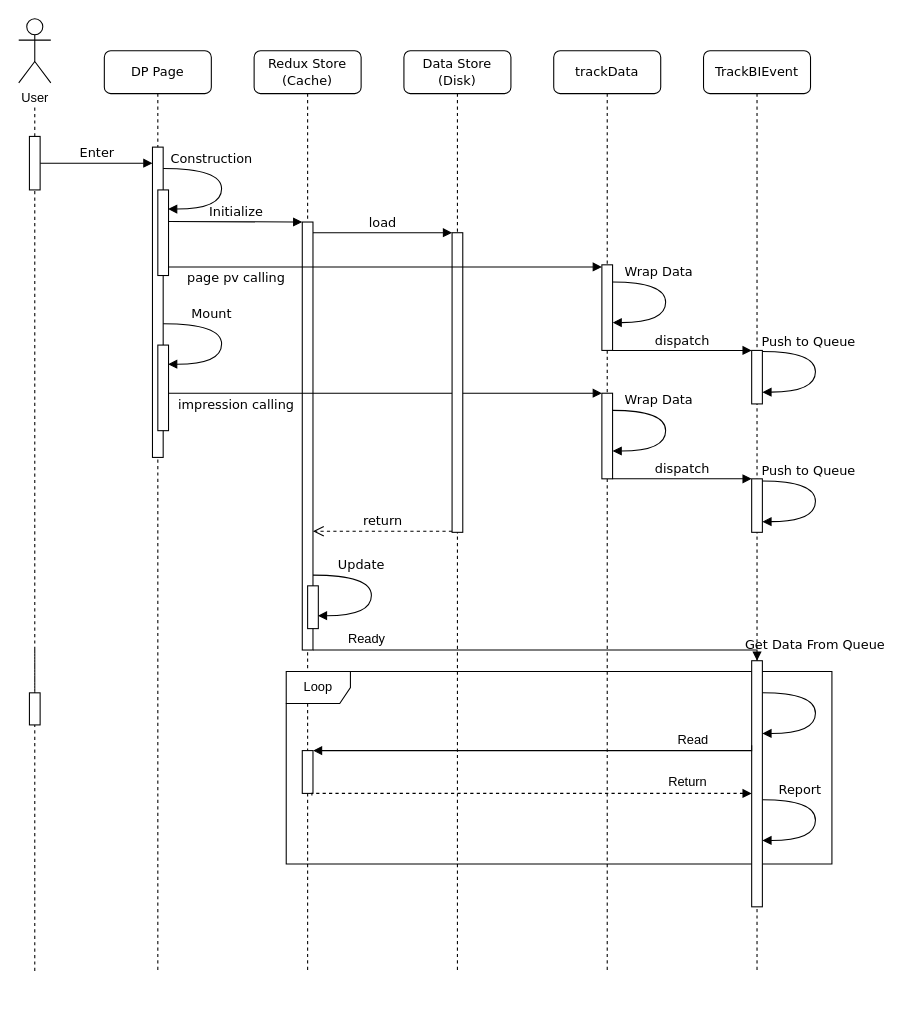
junhong2021/Hotel- keeps this draw.io diagram as page "Page-4" (4 of 4) of 全链路.drawio. Above is the earlier version. Source tidied: cells renumbered, new cells numbered last; positions are measured from the earlier drawing's top-left corner, leaving out a move shared by most shapes. Both pictures are drawn from the tidied source at 107%, with x=0, y=0 at pixel (18, 18).
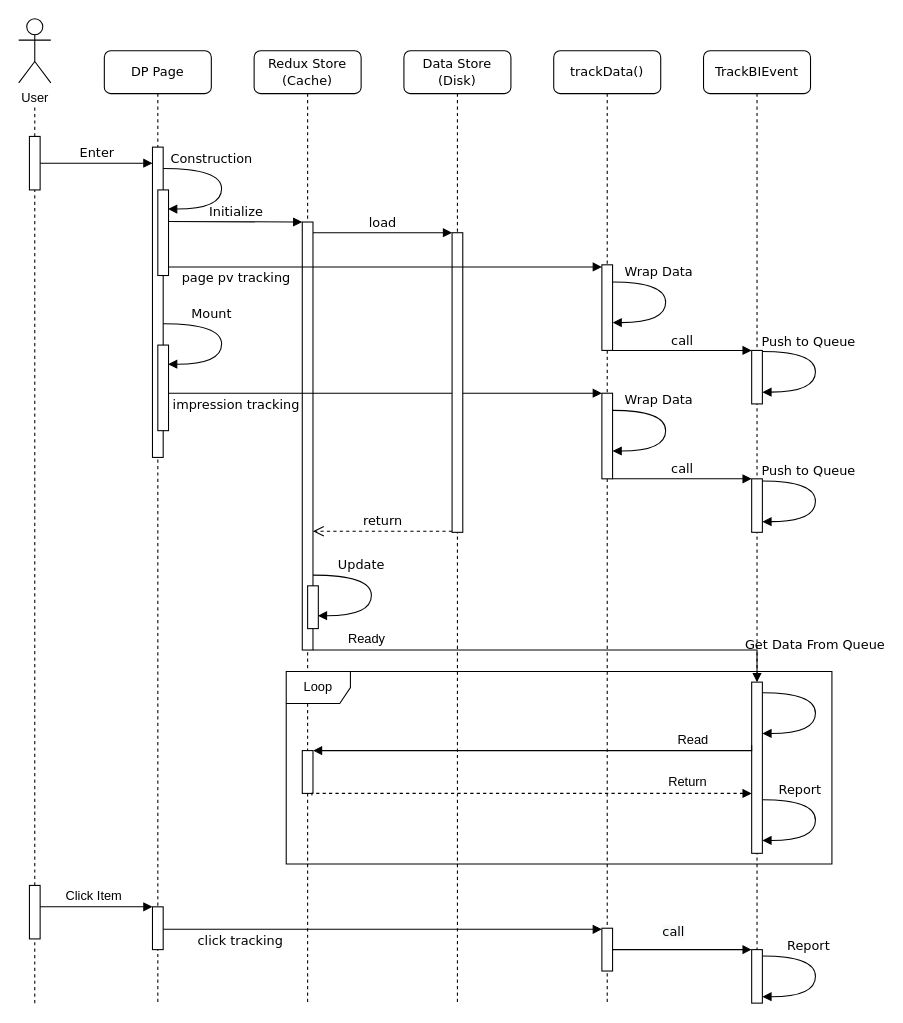
After the change.

Unchanged cells that the change refers to:
```xml
<mxCell id="3" style="html=1;points=[];perimeter=orthogonalPerimeter;rounded=0;shadow=0;comic=0;labelBackgroundColor=none;strokeWidth=1;fontFamily=Verdana;fontSize=12;align=center;" parent="2" vertex="1">
  <mxGeometry x="45" y="200" width="10" height="80" as="geometry" />
</mxCell>
<mxCell id="13" value="TrackBIEvent" style="shape=umlLifeline;perimeter=lifelinePerimeter;whiteSpace=wrap;html=1;rounded=1;shadow=0;comic=0;labelBackgroundColor=none;strokeWidth=1;fontFamily=Verdana;fontSize=12;align=center;" parent="1" vertex="1">
  <mxGeometry x="640" y="30" width="100" height="860" as="geometry" />
</mxCell>
<mxCell id="18" style="html=1;points=[];perimeter=orthogonalPerimeter;rounded=0;shadow=0;comic=0;labelBackgroundColor=none;strokeWidth=1;fontFamily=Verdana;fontSize=12;align=center;" parent="13" vertex="1">
  <mxGeometry x="-95" y="320" width="10" height="80" as="geometry" />
</mxCell>
<mxCell id="25" style="html=1;points=[];perimeter=orthogonalPerimeter;rounded=0;shadow=0;comic=0;labelBackgroundColor=none;strokeWidth=1;fontFamily=Verdana;fontSize=12;align=center;" parent="23" vertex="1">
  <mxGeometry x="50" y="130" width="10" height="80" as="geometry" />
</mxCell>
<mxCell id="33" style="html=1;points=[];perimeter=orthogonalPerimeter;rounded=0;shadow=0;comic=0;labelBackgroundColor=none;strokeWidth=1;fontFamily=Verdana;fontSize=12;align=center;" parent="1" vertex="1">
  <mxGeometry x="10" y="110" width="10" height="50" as="geometry" />
</mxCell>
```

What changed in the source:
```diff
@@
-<mxGraphModel>
+<mxGraphModel background="#ffffff">
@@
-    <mxCell id="2" value="trackData" style="shape=umlLifeline;perimeter=lifelinePerimeter;whiteSpace=wrap;html=1;rounded=1;shadow=0;comic=0;labelBackgroundColor=none;strokeWidth=1;fontFamily=Verdana;fontSize=12;align=center;" parent="1" vertex="1">
-      <mxGeometry x="500" y="30" width="100" height="860" as="geometry" />
+    <mxCell id="2" value="trackData()" style="shape=umlLifeline;perimeter=lifelinePerimeter;whiteSpace=wrap;html=1;rounded=1;shadow=0;comic=0;labelBackgroundColor=none;strokeWidth=1;fontFamily=Verdana;fontSize=12;align=center;" parent="1" vertex="1">
+      <mxGeometry x="500" y="30" width="100" height="890" as="geometry" />
     </mxCell>
@@
     <mxCell id="5" value="Redux Store&lt;br&gt;(Cache)" style="shape=umlLifeline;perimeter=lifelinePerimeter;whiteSpace=wrap;html=1;rounded=1;shadow=0;comic=0;labelBackgroundColor=none;strokeWidth=1;fontFamily=Verdana;fontSize=12;align=center;" parent="1" vertex="1">
-      <mxGeometry x="220" y="30" width="100" height="860" as="geometry" />
+      <mxGeometry x="220" y="30" width="100" height="890" as="geometry" />
     </mxCell>
@@
-    <mxCell id="9" value="impression calling" style="html=1;verticalAlign=bottom;endArrow=block;labelBackgroundColor=none;fontFamily=Verdana;fontSize=12;edgeStyle=elbowEdgeStyle;elbow=vertical;rounded=0;exitX=1;exitY=0.9;exitDx=0;exitDy=0;exitPerimeter=0;entryX=0;entryY=-0.012;entryDx=0;entryDy=0;entryPerimeter=0;" parent="5" edge="1" target="18">
+    <mxCell id="9" value="impression tracking" style="html=1;verticalAlign=bottom;endArrow=block;labelBackgroundColor=none;fontFamily=Verdana;fontSize=12;edgeStyle=elbowEdgeStyle;elbow=vertical;rounded=0;exitX=1;exitY=0.9;exitDx=0;exitDy=0;exitPerimeter=0;entryX=0;entryY=-0.012;entryDx=0;entryDy=0;entryPerimeter=0;" parent="5" edge="1" target="18">
       <mxGeometry x="-0.65" y="-20" relative="1" as="geometry">
         <mxPoint x="-90" y="320" as="sourcePoint" />
         <Array as="points">
           <mxPoint x="-20" y="320" />
           <mxPoint x="110" y="298" />
           <mxPoint x="-30" y="298" />
           <mxPoint y="328" />
         </Array>
       </mxGeometry>
     </mxCell>
@@
-    <mxCell id="15" value="dispatch" style="html=1;verticalAlign=bottom;endArrow=block;entryX=0;entryY=0;labelBackgroundColor=none;fontFamily=Verdana;fontSize=12;edgeStyle=elbowEdgeStyle;elbow=vertical;rounded=0;" parent="13" edge="1">
+    <mxCell id="15" value="call" style="html=1;verticalAlign=bottom;endArrow=block;entryX=0;entryY=0;labelBackgroundColor=none;fontFamily=Verdana;fontSize=12;edgeStyle=elbowEdgeStyle;elbow=vertical;rounded=0;" parent="13" edge="1">
       <mxGeometry relative="1" as="geometry">
         <mxPoint x="-85" y="280" as="sourcePoint" />
         <mxPoint x="45" y="280" as="targetPoint" />
       </mxGeometry>
     </mxCell>
@@
-    <mxCell id="17" value="dispatch" style="html=1;verticalAlign=bottom;endArrow=block;entryX=0;entryY=0;labelBackgroundColor=none;fontFamily=Verdana;fontSize=12;edgeStyle=elbowEdgeStyle;elbow=vertical;rounded=0;" parent="13" edge="1">
+    <mxCell id="17" value="call" style="html=1;verticalAlign=bottom;endArrow=block;entryX=0;entryY=0;labelBackgroundColor=none;fontFamily=Verdana;fontSize=12;edgeStyle=elbowEdgeStyle;elbow=vertical;rounded=0;" parent="13" edge="1">
       <mxGeometry relative="1" as="geometry">
         <mxPoint x="-85" y="400" as="sourcePoint" />
         <mxPoint x="45" y="400" as="targetPoint" />
       </mxGeometry>
     </mxCell>
@@
     <mxCell id="23" value="DP Page" style="shape=umlLifeline;perimeter=lifelinePerimeter;whiteSpace=wrap;html=1;rounded=1;shadow=0;comic=0;labelBackgroundColor=none;strokeWidth=1;fontFamily=Verdana;fontSize=12;align=center;" parent="1" vertex="1">
-      <mxGeometry x="80" y="30" width="100" height="860" as="geometry" />
+      <mxGeometry x="80" y="30" width="100" height="890" as="geometry" />
     </mxCell>
@@
+    <mxCell id="49" style="html=1;verticalAlign=bottom;endArrow=block;labelBackgroundColor=none;fontFamily=Verdana;fontSize=12;edgeStyle=elbowEdgeStyle;elbow=vertical;rounded=0;" parent="23" edge="1" target="50">
+      <mxGeometry relative="1" as="geometry">
+        <mxPoint x="-70" y="800" as="sourcePoint" />
+      </mxGeometry>
+    </mxCell>
+    <mxCell id="50" style="html=1;points=[];perimeter=orthogonalPerimeter;rounded=0;shadow=0;comic=0;labelBackgroundColor=none;strokeWidth=1;fontFamily=Verdana;fontSize=12;align=center;" parent="23" vertex="1">
+      <mxGeometry x="45" y="800" width="10" height="40" as="geometry" />
+    </mxCell>
@@
-    <mxCell id="34" style="endArrow=none;dashed=1;html=1;rounded=0;startArrow=none;" parent="1" edge="1" target="33">
-      <mxGeometry relative="1" as="geometry">
-        <mxPoint x="15" y="890" as="sourcePoint" />
-      </mxGeometry>
+    <mxCell id="34" style="endArrow=none;dashed=1;html=1;rounded=0;startArrow=none;" parent="1" edge="1" source="51" target="33">
+      <mxGeometry relative="1" as="geometry" />
     </mxCell>
-    <mxCell id="35" style="html=1;points=[];perimeter=orthogonalPerimeter;rounded=0;shadow=0;comic=0;labelBackgroundColor=none;strokeWidth=1;fontFamily=Verdana;fontSize=12;align=center;" parent="1" vertex="1">
-      <mxGeometry x="10" y="630" width="10" height="30" as="geometry" />
-    </mxCell>
-    <mxCell id="36" style="endArrow=none;dashed=1;html=1;rounded=0;" parent="1" edge="1" target="35">
-      <mxGeometry relative="1" as="geometry">
-        <mxPoint x="15" y="590" as="sourcePoint" />
-      </mxGeometry>
-    </mxCell>
     <mxCell id="37" value="Data Store&lt;br&gt;(Disk)" style="shape=umlLifeline;perimeter=lifelinePerimeter;whiteSpace=wrap;html=1;rounded=1;shadow=0;comic=0;labelBackgroundColor=none;strokeWidth=1;fontFamily=Verdana;fontSize=12;align=center;" parent="1" vertex="1">
-      <mxGeometry x="360" y="30" width="100" height="860" as="geometry" />
+      <mxGeometry x="360" y="30" width="100" height="890" as="geometry" />
     </mxCell>
@@
-    <mxCell id="41" value="page pv calling" style="html=1;verticalAlign=bottom;endArrow=block;labelBackgroundColor=none;fontFamily=Verdana;fontSize=12;edgeStyle=elbowEdgeStyle;elbow=vertical;rounded=0;exitX=1;exitY=0.9;exitDx=0;exitDy=0;exitPerimeter=0;" parent="1" edge="1" source="25" target="3">
+    <mxCell id="41" value="page pv tracking" style="html=1;verticalAlign=bottom;endArrow=block;labelBackgroundColor=none;fontFamily=Verdana;fontSize=12;edgeStyle=elbowEdgeStyle;elbow=vertical;rounded=0;exitX=1;exitY=0.9;exitDx=0;exitDy=0;exitPerimeter=0;" parent="1" edge="1" source="25" target="3">
       <mxGeometry x="-0.69" y="-20" relative="1" as="geometry">
         <Array as="points">
           <mxPoint x="210" y="232" />
           <mxPoint x="340" y="210" />
           <mxPoint x="200" y="210" />
           <mxPoint x="230" y="240" />
         </Array>
       </mxGeometry>
     </mxCell>
@@
     <mxCell id="43" style="html=1;points=[];perimeter=orthogonalPerimeter;rounded=0;shadow=0;comic=0;labelBackgroundColor=none;strokeWidth=1;fontFamily=Verdana;fontSize=12;align=center;" parent="1" vertex="1">
-      <mxGeometry x="685" y="600" width="10" height="230" as="geometry" />
+      <mxGeometry x="685" y="620" width="10" height="160" as="geometry" />
     </mxCell>
@@
+    <mxCell id="51" style="html=1;points=[];perimeter=orthogonalPerimeter;rounded=0;shadow=0;comic=0;labelBackgroundColor=none;strokeWidth=1;fontFamily=Verdana;fontSize=12;align=center;" parent="1" vertex="1">
+      <mxGeometry x="10" y="810" width="10" height="50" as="geometry" />
+    </mxCell>
+    <mxCell id="52" style="endArrow=none;dashed=1;html=1;rounded=0;startArrow=none;" parent="1" edge="1" target="51">
+      <mxGeometry relative="1" as="geometry">
+        <mxPoint x="15" y="920" as="sourcePoint" />
+      </mxGeometry>
+    </mxCell>
+    <mxCell id="53" value="Click Item" style="text;html=1;align=center;verticalAlign=middle;strokeColor=none;fillColor=none;" parent="1" vertex="1">
+      <mxGeometry x="35" y="810" width="70" height="20" as="geometry" />
+    </mxCell>
+    <mxCell id="54" style="html=1;points=[];perimeter=orthogonalPerimeter;rounded=0;shadow=0;comic=0;labelBackgroundColor=none;strokeWidth=1;fontFamily=Verdana;fontSize=12;align=center;" parent="1" vertex="1">
+      <mxGeometry x="545" y="850" width="10" height="40" as="geometry" />
+    </mxCell>
+    <mxCell id="55" value="click tracking" style="html=1;verticalAlign=bottom;endArrow=block;labelBackgroundColor=none;fontFamily=Verdana;fontSize=12;edgeStyle=elbowEdgeStyle;elbow=vertical;rounded=0;" parent="1" edge="1" source="50" target="54">
+      <mxGeometry x="-0.65" y="-20" relative="1" as="geometry">
+        <Array as="points">
+          <mxPoint x="200" y="851" />
+          <mxPoint x="330" y="829" />
+          <mxPoint x="190" y="829" />
+          <mxPoint x="220" y="859" />
+        </Array>
+      </mxGeometry>
+    </mxCell>
+    <mxCell id="56" style="html=1;points=[];perimeter=orthogonalPerimeter;rounded=0;shadow=0;comic=0;labelBackgroundColor=none;strokeWidth=1;fontFamily=Verdana;fontSize=12;align=center;" parent="1" vertex="1">
+      <mxGeometry x="685" y="870" width="10" height="50" as="geometry" />
+    </mxCell>
+    <mxCell id="57" value="Report" style="html=1;verticalAlign=bottom;endArrow=block;labelBackgroundColor=none;fontFamily=Verdana;fontSize=12;elbow=vertical;edgeStyle=orthogonalEdgeStyle;curved=1;rounded=0;" parent="1" edge="1">
+      <mxGeometry x="-0.37" relative="1" as="geometry">
+        <mxPoint x="695" y="876" as="sourcePoint" />
+        <mxPoint x="695" y="914" as="targetPoint" />
+        <Array as="points">
+          <mxPoint x="744.6" y="875.9" />
+          <mxPoint x="744.6" y="913.9" />
+        </Array>
+      </mxGeometry>
+    </mxCell>
+    <mxCell id="58" style="html=1;verticalAlign=bottom;endArrow=block;labelBackgroundColor=none;fontFamily=Verdana;fontSize=12;edgeStyle=elbowEdgeStyle;elbow=vertical;rounded=0;" parent="1" edge="1" source="54" target="56">
+      <mxGeometry relative="1" as="geometry">
+        <Array as="points">
+          <mxPoint x="610" y="870" />
+        </Array>
+      </mxGeometry>
+    </mxCell>
+    <mxCell id="59" value="&lt;span style=&quot;color: rgb(0, 0, 0); font-family: verdana; font-size: 12px; font-style: normal; font-weight: 400; letter-spacing: normal; text-align: center; text-indent: 0px; text-transform: none; word-spacing: 0px; background-color: rgb(248, 249, 250); display: inline; float: none;&quot;&gt;call&lt;/span&gt;" style="text;whiteSpace=wrap;html=1;" parent="1" vertex="1">
+      <mxGeometry x="600" y="840" width="50" height="30" as="geometry" />
+    </mxCell>
```
